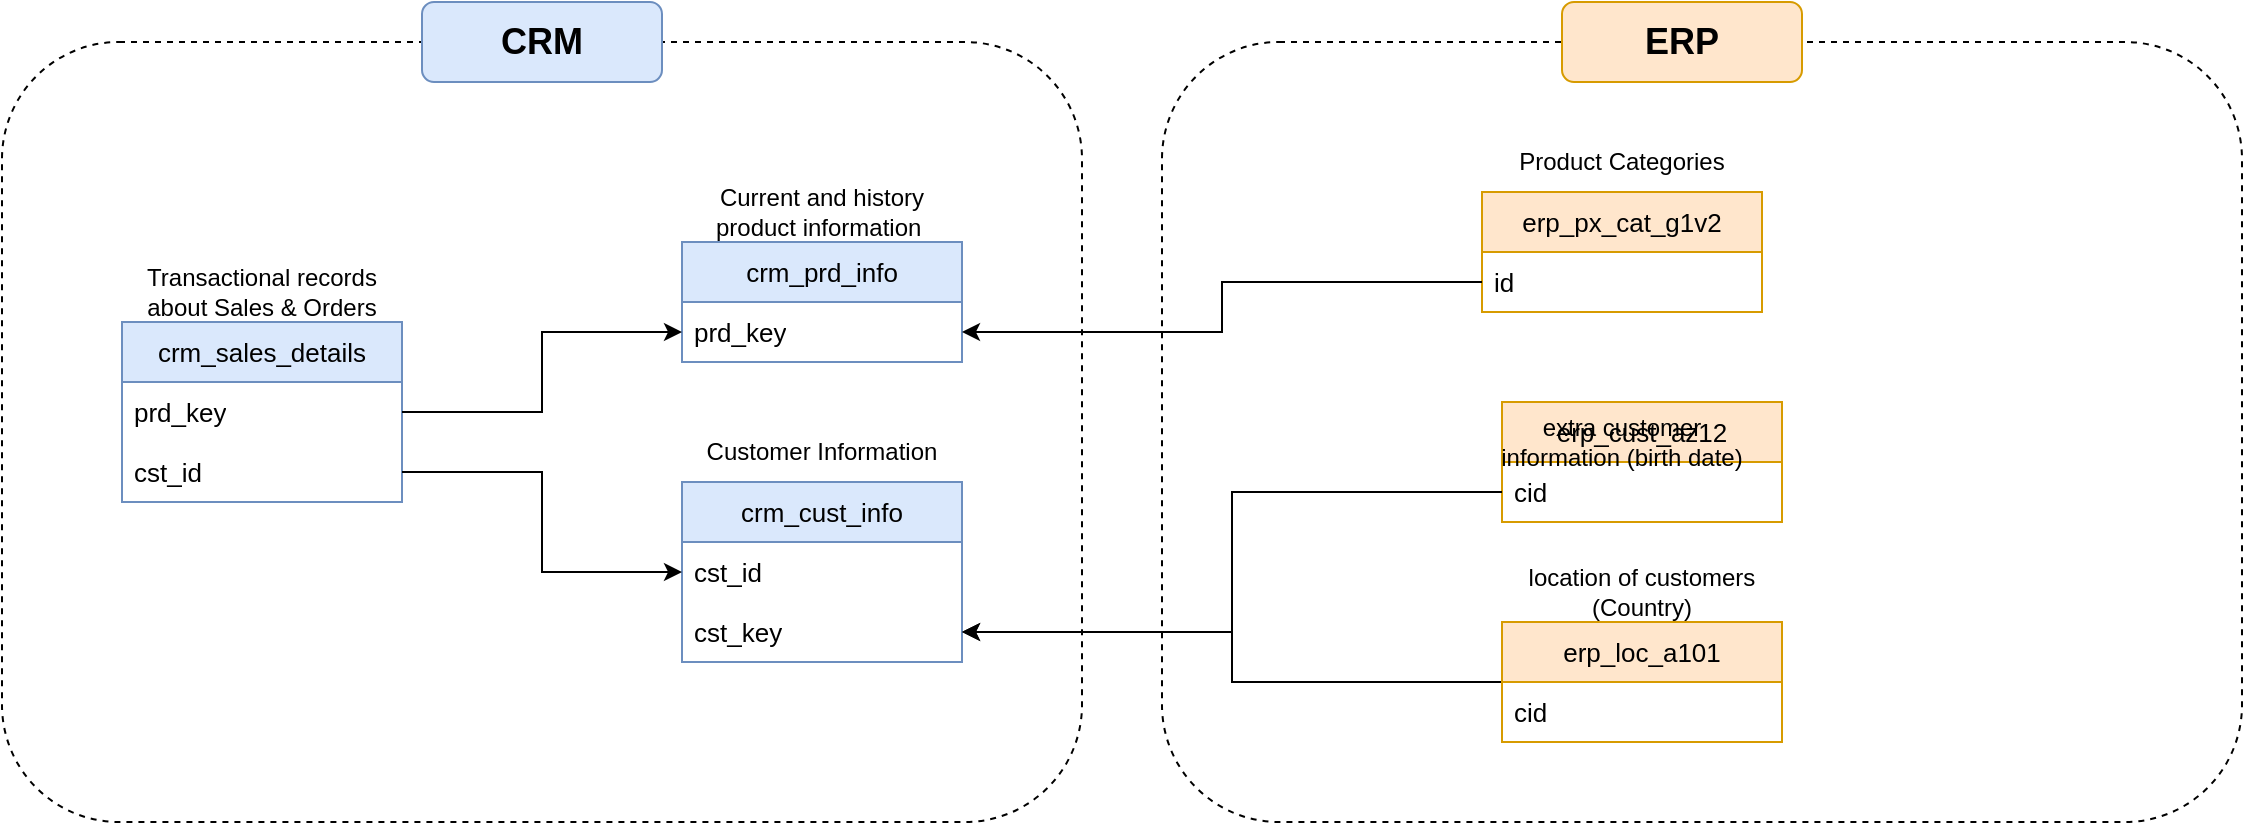
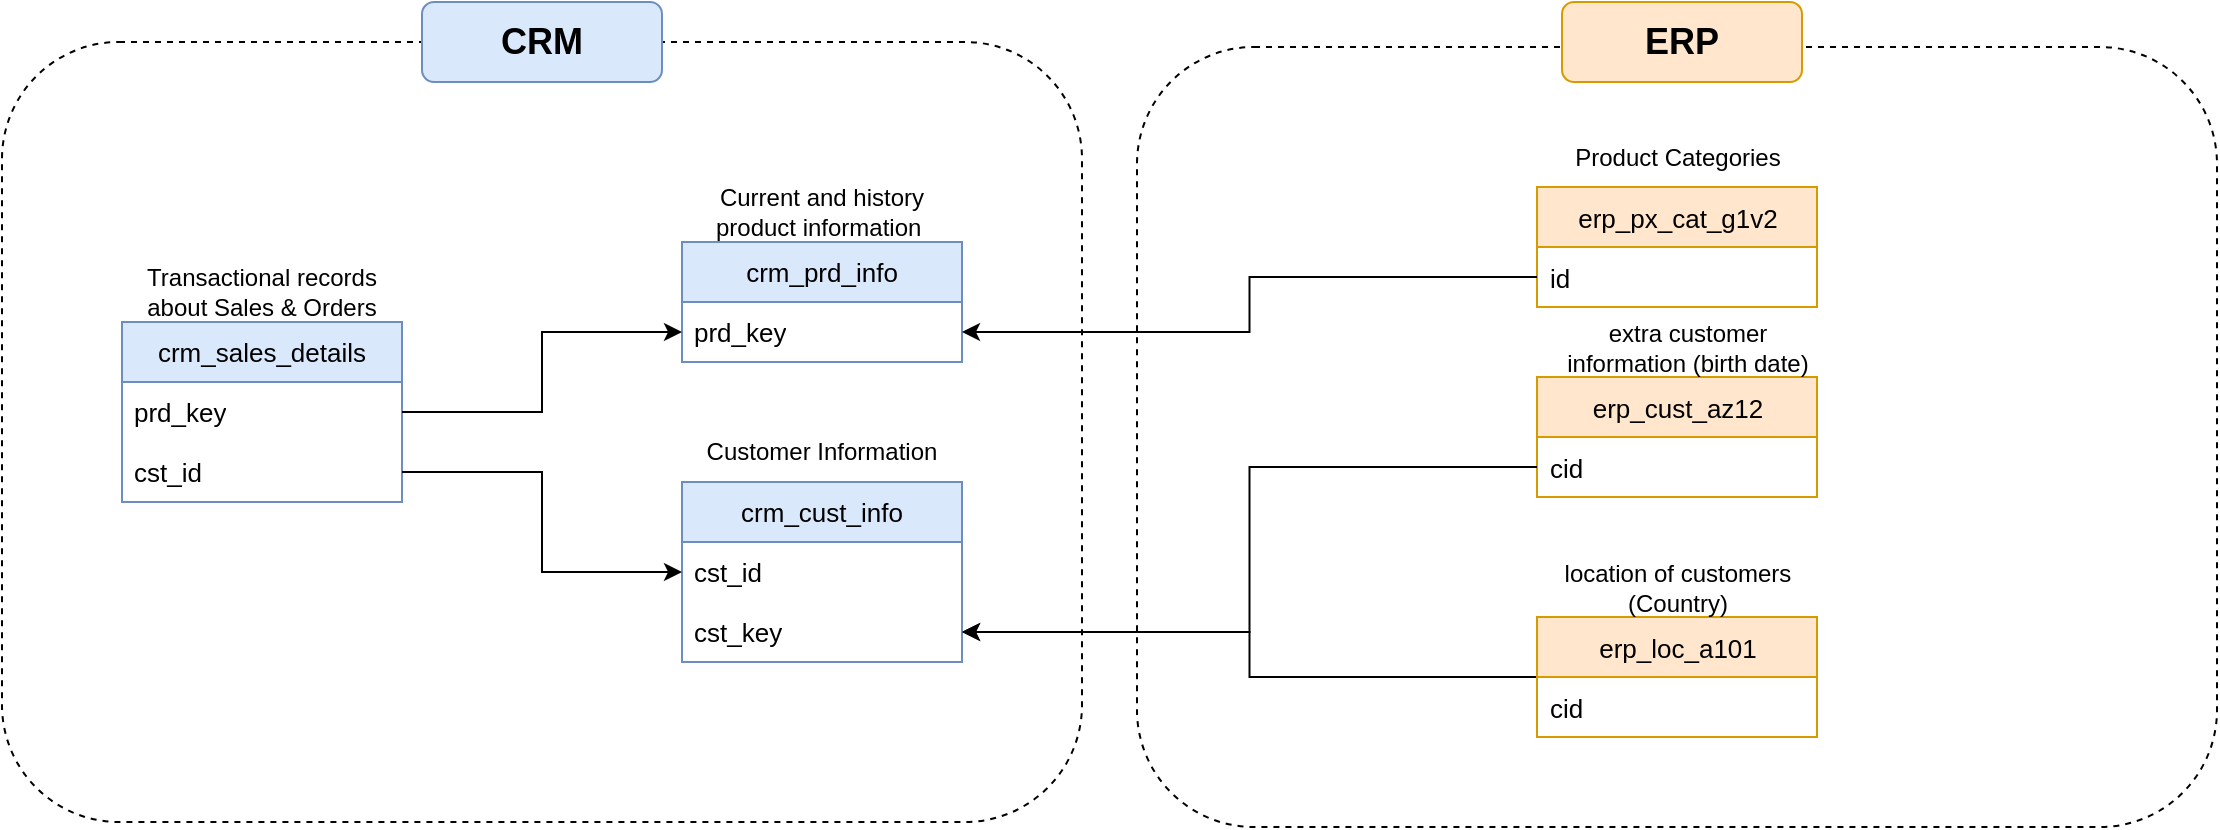
<mxfile host="app.diagrams.net">
  <diagram name="Page-1" id="aZVWyJDGjIqdu6l5evNB">
-     <mxGraphModel dx="1880" dy="562" grid="1" gridSize="10" guides="1" tooltips="1" connect="1" arrows="1" fold="1" page="1" pageScale="1" pageWidth="850" pageHeight="1100" math="0" shadow="0">
+     <mxGraphModel dx="1994" dy="624" grid="1" gridSize="10" guides="1" tooltips="1" connect="1" arrows="1" fold="1" page="1" pageScale="1" pageWidth="850" pageHeight="1100" math="0" shadow="0">
      <root>
        <mxCell id="0" />
        <mxCell id="1" parent="0" />
        <mxCell id="aWTFv82TyHP9g6FK9Viu-2" parent="1" style="swimlane;fontStyle=0;childLayout=stackLayout;horizontal=1;startSize=30;horizontalStack=0;resizeParent=1;resizeParentMax=0;resizeLast=0;collapsible=1;marginBottom=0;whiteSpace=wrap;html=1;fillColor=#dae8fc;strokeColor=#6c8ebf;fontSize=13;" value="crm_cust_info" vertex="1">
          <mxGeometry height="90" width="140" x="130" y="380" as="geometry">
            <mxRectangle height="30" width="60" x="340" y="120" as="alternateBounds" />
          </mxGeometry>
        </mxCell>
        <mxCell id="aWTFv82TyHP9g6FK9Viu-3" parent="aWTFv82TyHP9g6FK9Viu-2" style="text;strokeColor=none;fillColor=none;align=left;verticalAlign=middle;spacingLeft=4;spacingRight=4;overflow=hidden;points=[[0,0.5],[1,0.5]];portConstraint=eastwest;rotatable=0;whiteSpace=wrap;html=1;fontSize=13;" value="cst_id" vertex="1">
          <mxGeometry height="30" width="140" y="30" as="geometry" />
        </mxCell>
        <mxCell id="aWTFv82TyHP9g6FK9Viu-24" parent="aWTFv82TyHP9g6FK9Viu-2" style="text;strokeColor=none;fillColor=none;align=left;verticalAlign=middle;spacingLeft=4;spacingRight=4;overflow=hidden;points=[[0,0.5],[1,0.5]];portConstraint=eastwest;rotatable=0;whiteSpace=wrap;html=1;fontSize=13;" value="cst_key" vertex="1">
          <mxGeometry height="30" width="140" y="60" as="geometry" />
        </mxCell>
        <mxCell id="aWTFv82TyHP9g6FK9Viu-6" parent="1" style="text;html=1;whiteSpace=wrap;strokeColor=none;fillColor=none;align=center;verticalAlign=middle;rounded=0;" value="Customer Information" vertex="1">
          <mxGeometry height="30" width="140" x="130" y="350" as="geometry" />
        </mxCell>
        <mxCell id="aWTFv82TyHP9g6FK9Viu-8" parent="1" style="swimlane;fontStyle=0;childLayout=stackLayout;horizontal=1;startSize=30;horizontalStack=0;resizeParent=1;resizeParentMax=0;resizeLast=0;collapsible=1;marginBottom=0;whiteSpace=wrap;html=1;fillColor=#dae8fc;strokeColor=#6c8ebf;fontSize=13;" value="crm_prd_info" vertex="1">
          <mxGeometry height="60" width="140" x="130" y="260" as="geometry">
            <mxRectangle height="30" width="60" x="340" y="120" as="alternateBounds" />
          </mxGeometry>
        </mxCell>
        <mxCell id="aWTFv82TyHP9g6FK9Viu-9" parent="aWTFv82TyHP9g6FK9Viu-8" style="text;strokeColor=none;fillColor=none;align=left;verticalAlign=middle;spacingLeft=4;spacingRight=4;overflow=hidden;points=[[0,0.5],[1,0.5]];portConstraint=eastwest;rotatable=0;whiteSpace=wrap;html=1;fontSize=13;" value="prd_key" vertex="1">
          <mxGeometry height="30" width="140" y="30" as="geometry" />
        </mxCell>
        <mxCell id="aWTFv82TyHP9g6FK9Viu-10" parent="1" style="text;html=1;whiteSpace=wrap;strokeColor=none;fillColor=none;align=center;verticalAlign=middle;rounded=0;" value="Current and history product information&amp;nbsp;" vertex="1">
          <mxGeometry height="30" width="140" x="130" y="230" as="geometry" />
        </mxCell>
        <mxCell id="aWTFv82TyHP9g6FK9Viu-12" parent="1" style="swimlane;fontStyle=0;childLayout=stackLayout;horizontal=1;startSize=30;horizontalStack=0;resizeParent=1;resizeParentMax=0;resizeLast=0;collapsible=1;marginBottom=0;whiteSpace=wrap;html=1;fillColor=#dae8fc;strokeColor=#6c8ebf;fontSize=13;" value="crm_sales_details" vertex="1">
          <mxGeometry height="90" width="140" x="-150" y="300" as="geometry">
            <mxRectangle height="30" width="60" x="340" y="120" as="alternateBounds" />
          </mxGeometry>
        </mxCell>
        <mxCell id="aWTFv82TyHP9g6FK9Viu-13" parent="aWTFv82TyHP9g6FK9Viu-12" style="text;strokeColor=none;fillColor=none;align=left;verticalAlign=middle;spacingLeft=4;spacingRight=4;overflow=hidden;points=[[0,0.5],[1,0.5]];portConstraint=eastwest;rotatable=0;whiteSpace=wrap;html=1;fontSize=13;" value="prd_key" vertex="1">
          <mxGeometry height="30" width="140" y="30" as="geometry" />
        </mxCell>
        <mxCell id="aWTFv82TyHP9g6FK9Viu-17" parent="aWTFv82TyHP9g6FK9Viu-12" style="text;strokeColor=none;fillColor=none;align=left;verticalAlign=middle;spacingLeft=4;spacingRight=4;overflow=hidden;points=[[0,0.5],[1,0.5]];portConstraint=eastwest;rotatable=0;whiteSpace=wrap;html=1;fontSize=13;" value="cst_id" vertex="1">
          <mxGeometry height="30" width="140" y="60" as="geometry" />
        </mxCell>
        <mxCell id="aWTFv82TyHP9g6FK9Viu-14" parent="1" style="text;html=1;whiteSpace=wrap;strokeColor=none;fillColor=none;align=center;verticalAlign=middle;rounded=0;" value="Transactional records about Sales &amp;amp; Orders" vertex="1">
          <mxGeometry height="30" width="140" x="-150" y="270" as="geometry" />
        </mxCell>
        <mxCell id="aWTFv82TyHP9g6FK9Viu-18" edge="1" parent="1" source="aWTFv82TyHP9g6FK9Viu-17" style="edgeStyle=orthogonalEdgeStyle;rounded=0;orthogonalLoop=1;jettySize=auto;html=1;exitX=1;exitY=0.5;exitDx=0;exitDy=0;entryX=0;entryY=0.5;entryDx=0;entryDy=0;" target="aWTFv82TyHP9g6FK9Viu-3">
          <mxGeometry relative="1" as="geometry" />
        </mxCell>
        <mxCell id="aWTFv82TyHP9g6FK9Viu-20" edge="1" parent="1" source="aWTFv82TyHP9g6FK9Viu-13" style="edgeStyle=orthogonalEdgeStyle;rounded=0;orthogonalLoop=1;jettySize=auto;html=1;" target="aWTFv82TyHP9g6FK9Viu-9">
          <mxGeometry relative="1" as="geometry" />
        </mxCell>
        <mxCell id="aWTFv82TyHP9g6FK9Viu-21" parent="1" style="swimlane;fontStyle=0;childLayout=stackLayout;horizontal=1;startSize=30;horizontalStack=0;resizeParent=1;resizeParentMax=0;resizeLast=0;collapsible=1;marginBottom=0;whiteSpace=wrap;html=1;fillColor=#ffe6cc;strokeColor=#d79b00;fontSize=13;" value="erp_cust_az12" vertex="1">
-           <mxGeometry height="60" width="140" x="540" y="340" as="geometry">
+           <mxGeometry height="60" width="140" x="557.5" y="327.5" as="geometry">
            <mxRectangle height="30" width="60" x="340" y="120" as="alternateBounds" />
          </mxGeometry>
        </mxCell>
        <mxCell id="aWTFv82TyHP9g6FK9Viu-22" parent="aWTFv82TyHP9g6FK9Viu-21" style="text;strokeColor=none;fillColor=none;align=left;verticalAlign=middle;spacingLeft=4;spacingRight=4;overflow=hidden;points=[[0,0.5],[1,0.5]];portConstraint=eastwest;rotatable=0;whiteSpace=wrap;html=1;fontSize=13;" value="cid" vertex="1">
          <mxGeometry height="30" width="140" y="30" as="geometry" />
-         </mxCell>
-         <mxCell id="aWTFv82TyHP9g6FK9Viu-23" parent="1" style="text;html=1;whiteSpace=wrap;strokeColor=none;fillColor=none;align=center;verticalAlign=middle;rounded=0;" value="extra customer information (birth date)" vertex="1">
-           <mxGeometry height="30" width="140" x="530" y="345" as="geometry" />
        </mxCell>
        <mxCell id="aWTFv82TyHP9g6FK9Viu-25" edge="1" parent="1" source="aWTFv82TyHP9g6FK9Viu-22" style="edgeStyle=orthogonalEdgeStyle;rounded=0;orthogonalLoop=1;jettySize=auto;html=1;entryX=1;entryY=0.5;entryDx=0;entryDy=0;" target="aWTFv82TyHP9g6FK9Viu-24">
          <mxGeometry relative="1" as="geometry" />
        </mxCell>
        <mxCell id="aWTFv82TyHP9g6FK9Viu-29" edge="1" parent="1" source="aWTFv82TyHP9g6FK9Viu-26" style="edgeStyle=orthogonalEdgeStyle;rounded=0;orthogonalLoop=1;jettySize=auto;html=1;entryX=1;entryY=0.5;entryDx=0;entryDy=0;" target="aWTFv82TyHP9g6FK9Viu-24">
          <mxGeometry relative="1" as="geometry" />
        </mxCell>
        <mxCell id="aWTFv82TyHP9g6FK9Viu-26" parent="1" style="swimlane;fontStyle=0;childLayout=stackLayout;horizontal=1;startSize=30;horizontalStack=0;resizeParent=1;resizeParentMax=0;resizeLast=0;collapsible=1;marginBottom=0;whiteSpace=wrap;html=1;fillColor=#ffe6cc;strokeColor=#d79b00;fontSize=13;" value="erp_loc_a101" vertex="1">
-           <mxGeometry height="60" width="140" x="540" y="450" as="geometry">
+           <mxGeometry height="60" width="140" x="557.5" y="447.5" as="geometry">
            <mxRectangle height="30" width="60" x="340" y="120" as="alternateBounds" />
          </mxGeometry>
        </mxCell>
        <mxCell id="aWTFv82TyHP9g6FK9Viu-27" parent="aWTFv82TyHP9g6FK9Viu-26" style="text;strokeColor=none;fillColor=none;align=left;verticalAlign=middle;spacingLeft=4;spacingRight=4;overflow=hidden;points=[[0,0.5],[1,0.5]];portConstraint=eastwest;rotatable=0;whiteSpace=wrap;html=1;fontSize=13;" value="cid" vertex="1">
          <mxGeometry height="30" width="140" y="30" as="geometry" />
        </mxCell>
        <mxCell id="aWTFv82TyHP9g6FK9Viu-28" parent="1" style="text;html=1;whiteSpace=wrap;strokeColor=none;fillColor=none;align=center;verticalAlign=middle;rounded=0;" value="location of customers (Country)" vertex="1">
-           <mxGeometry height="30" width="140" x="540" y="420" as="geometry" />
+           <mxGeometry height="30" width="140" x="557.5" y="417.5" as="geometry" />
        </mxCell>
        <mxCell id="aWTFv82TyHP9g6FK9Viu-30" parent="1" style="swimlane;fontStyle=0;childLayout=stackLayout;horizontal=1;startSize=30;horizontalStack=0;resizeParent=1;resizeParentMax=0;resizeLast=0;collapsible=1;marginBottom=0;whiteSpace=wrap;html=1;fillColor=#ffe6cc;strokeColor=#d79b00;fontSize=13;" value="erp_px_cat_g1v2" vertex="1">
-           <mxGeometry height="60" width="140" x="530" y="235" as="geometry">
+           <mxGeometry height="60" width="140" x="557.5" y="232.5" as="geometry">
            <mxRectangle height="30" width="60" x="340" y="120" as="alternateBounds" />
          </mxGeometry>
        </mxCell>
        <mxCell id="aWTFv82TyHP9g6FK9Viu-31" parent="aWTFv82TyHP9g6FK9Viu-30" style="text;strokeColor=none;fillColor=none;align=left;verticalAlign=middle;spacingLeft=4;spacingRight=4;overflow=hidden;points=[[0,0.5],[1,0.5]];portConstraint=eastwest;rotatable=0;whiteSpace=wrap;html=1;fontSize=13;" value="id" vertex="1">
          <mxGeometry height="30" width="140" y="30" as="geometry" />
        </mxCell>
        <mxCell id="aWTFv82TyHP9g6FK9Viu-32" parent="1" style="text;html=1;whiteSpace=wrap;strokeColor=none;fillColor=none;align=center;verticalAlign=middle;rounded=0;" value="Product Categories" vertex="1">
-           <mxGeometry height="30" width="140" x="530" y="205" as="geometry" />
+           <mxGeometry height="30" width="140" x="557.5" y="202.5" as="geometry" />
        </mxCell>
        <mxCell id="aWTFv82TyHP9g6FK9Viu-33" edge="1" parent="1" source="aWTFv82TyHP9g6FK9Viu-31" style="edgeStyle=orthogonalEdgeStyle;rounded=0;orthogonalLoop=1;jettySize=auto;html=1;entryX=1;entryY=0.5;entryDx=0;entryDy=0;" target="aWTFv82TyHP9g6FK9Viu-9">
          <mxGeometry relative="1" as="geometry" />
        </mxCell>
        <mxCell id="aWTFv82TyHP9g6FK9Viu-34" parent="1" style="rounded=1;whiteSpace=wrap;html=1;fillColor=none;dashed=1;" value="" vertex="1">
          <mxGeometry height="390" width="540" x="-210" y="160" as="geometry" />
        </mxCell>
        <mxCell id="aWTFv82TyHP9g6FK9Viu-35" parent="1" style="rounded=1;whiteSpace=wrap;html=1;fillColor=#dae8fc;strokeColor=#6c8ebf;" value="&lt;font style=&quot;font-size: 18px;&quot;&gt;&lt;b&gt;CRM&lt;/b&gt;&lt;/font&gt;" vertex="1">
          <mxGeometry height="40" width="120" y="140" as="geometry" />
        </mxCell>
        <mxCell id="aWTFv82TyHP9g6FK9Viu-36" parent="1" style="rounded=1;whiteSpace=wrap;html=1;fillColor=none;dashed=1;" value="" vertex="1">
-           <mxGeometry height="390" width="540" x="370" y="160" as="geometry" />
+           <mxGeometry height="390" width="540" x="357.5" y="162.5" as="geometry" />
        </mxCell>
        <mxCell id="aWTFv82TyHP9g6FK9Viu-37" parent="1" style="rounded=1;whiteSpace=wrap;html=1;fillColor=#ffe6cc;strokeColor=#d79b00;" value="&lt;font style=&quot;font-size: 18px;&quot;&gt;&lt;b&gt;ERP&lt;/b&gt;&lt;/font&gt;" vertex="1">
          <mxGeometry height="40" width="120" x="570" y="140" as="geometry" />
+         </mxCell>
+         <mxCell id="aWTFv82TyHP9g6FK9Viu-23" parent="1" style="text;html=1;whiteSpace=wrap;strokeColor=none;fillColor=none;align=center;verticalAlign=middle;rounded=0;" value="extra customer information (birth date)" vertex="1">
+           <mxGeometry height="30" width="140" x="562.5" y="297.5" as="geometry" />
        </mxCell>
      </root>
    </mxGraphModel>
  </diagram>
</mxfile>
